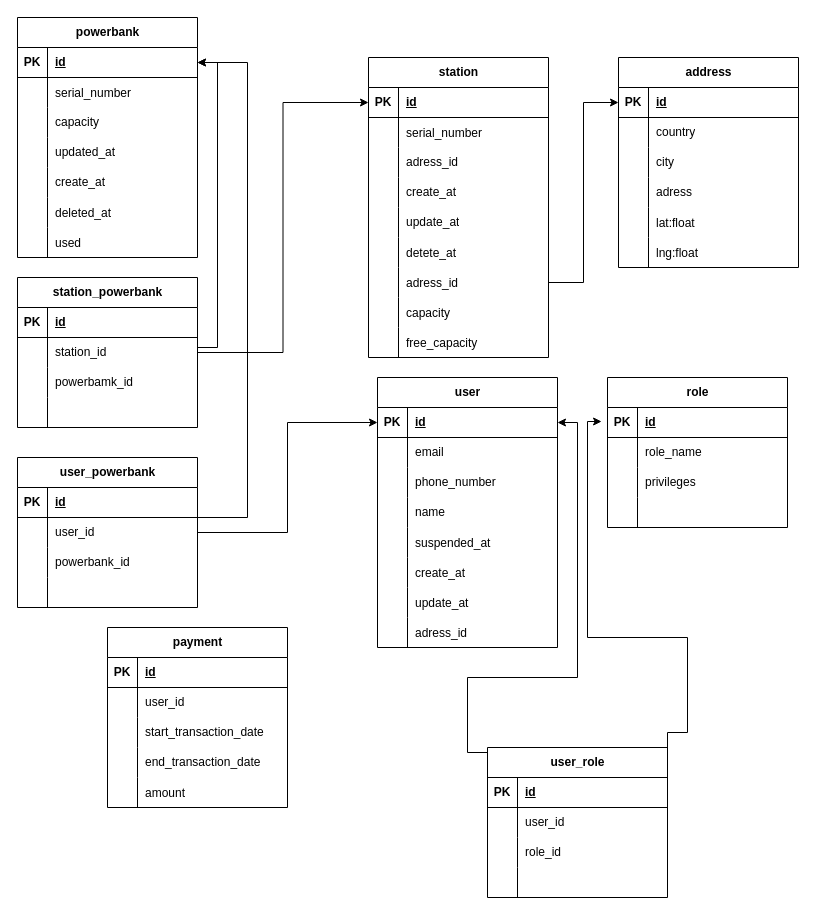
This is docs/db/db.drawio from Miroshinsv/wcharge_back, a draw.io file, before an edit. Source tidied: cells renumbered, new cells numbered last; positions are measured from the earlier drawing's top-left corner, leaving out a move shared by most shapes. Both pictures are drawn from the tidied source at 100%, with x=0, y=0 at pixel (17, 17).
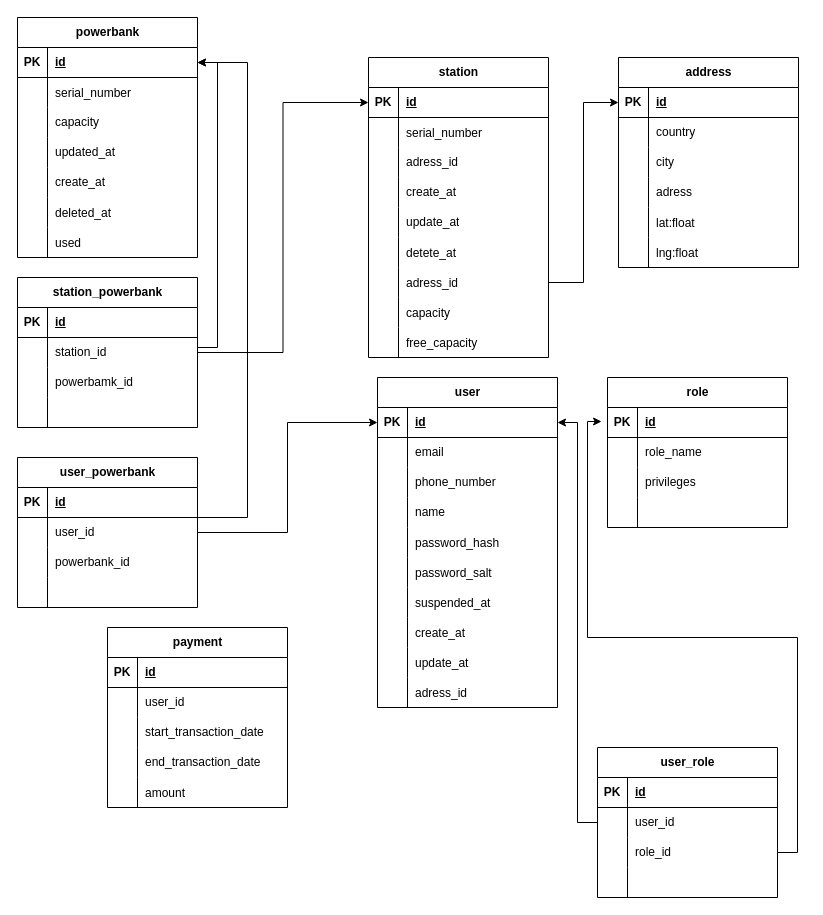
After the change.

Commit message:
add user password

Unchanged cells that the change refers to:
```xml
<mxCell id="50" style="shape=tableRow;horizontal=0;startSize=0;swimlaneHead=0;swimlaneBody=0;fillColor=none;points=[[0,0.5],[1,0.5]];portConstraint=eastwest;top=0;left=0;right=0;bottom=1;" parent="49" vertex="1">
  <mxGeometry y="30" width="180" height="30" as="geometry" />
</mxCell>
<mxCell id="63" style="shape=tableRow;horizontal=0;startSize=0;swimlaneHead=0;swimlaneBody=0;fillColor=none;points=[[0,0.5],[1,0.5]];portConstraint=eastwest;top=0;left=0;right=0;bottom=1;" parent="62" vertex="1">
  <mxGeometry y="30" width="180" height="30" as="geometry" />
</mxCell>
<mxCell id="145" style="shape=tableRow;horizontal=0;startSize=0;swimlaneHead=0;swimlaneBody=0;fillColor=none;points=[[0,0.5],[1,0.5]];portConstraint=eastwest;top=0;left=0;right=0;bottom=0;" parent="141" vertex="1">
  <mxGeometry y="60" width="180" height="30" as="geometry" />
</mxCell>
<mxCell id="148" style="shape=tableRow;horizontal=0;startSize=0;swimlaneHead=0;swimlaneBody=0;fillColor=none;points=[[0,0.5],[1,0.5]];portConstraint=eastwest;top=0;left=0;right=0;bottom=0;" parent="141" vertex="1">
  <mxGeometry y="90" width="180" height="30" as="geometry" />
</mxCell>
```

Diff of the diagram source:
```diff
@@
     <mxCell id="62" value="user" style="shape=table;startSize=30;childLayout=tableLayout;rowLines=0;fontStyle=1;align=center;html=1;" parent="1" vertex="1">
-      <mxGeometry x="360" y="360" width="180" height="270" as="geometry" />
+      <mxGeometry x="360" y="360" width="180" height="330" as="geometry" />
     </mxCell>
@@
+    <mxCell id="171" style="shape=tableRow;horizontal=0;startSize=0;swimlaneHead=0;swimlaneBody=0;fillColor=none;top=0;left=0;right=0;bottom=0;" parent="62" vertex="1">
+      <mxGeometry y="150" width="180" height="30" as="geometry" />
+    </mxCell>
+    <mxCell id="172" style="shape=partialRectangle;fillColor=none;top=0;left=0;bottom=0;right=0;overflow=hidden;" parent="171" vertex="1">
+      <mxGeometry width="30" height="30" as="geometry" />
+    </mxCell>
+    <mxCell id="173" value="password_hash" style="shape=partialRectangle;fillColor=none;top=0;left=0;bottom=0;right=0;align=left;spacingLeft=6;overflow=hidden;" parent="171" vertex="1">
+      <mxGeometry x="30" width="150" height="30" as="geometry" />
+    </mxCell>
+    <mxCell id="174" style="shape=tableRow;horizontal=0;startSize=0;swimlaneHead=0;swimlaneBody=0;fillColor=none;top=0;left=0;right=0;bottom=0;" parent="62" vertex="1">
+      <mxGeometry y="180" width="180" height="30" as="geometry" />
+    </mxCell>
+    <mxCell id="175" style="shape=partialRectangle;fillColor=none;top=0;left=0;bottom=0;right=0;overflow=hidden;" parent="174" vertex="1">
+      <mxGeometry width="30" height="30" as="geometry" />
+    </mxCell>
+    <mxCell id="176" value="password_salt" style="shape=partialRectangle;fillColor=none;top=0;left=0;bottom=0;right=0;align=left;spacingLeft=6;overflow=hidden;" parent="174" vertex="1">
+      <mxGeometry x="30" width="150" height="30" as="geometry" />
+    </mxCell>
     <mxCell id="75" style="shape=tableRow;horizontal=0;startSize=0;swimlaneHead=0;swimlaneBody=0;fillColor=none;top=0;left=0;right=0;bottom=0;" parent="62" vertex="1">
-      <mxGeometry y="150" width="180" height="30" as="geometry" />
+      <mxGeometry y="210" width="180" height="30" as="geometry" />
     </mxCell>
@@
     <mxCell id="78" style="shape=tableRow;horizontal=0;startSize=0;swimlaneHead=0;swimlaneBody=0;fillColor=none;top=0;left=0;right=0;bottom=0;" parent="62" vertex="1">
-      <mxGeometry y="180" width="180" height="30" as="geometry" />
+      <mxGeometry y="240" width="180" height="30" as="geometry" />
     </mxCell>
@@
     <mxCell id="81" style="shape=tableRow;horizontal=0;startSize=0;swimlaneHead=0;swimlaneBody=0;fillColor=none;top=0;left=0;right=0;bottom=0;" parent="62" vertex="1">
-      <mxGeometry y="210" width="180" height="30" as="geometry" />
+      <mxGeometry y="270" width="180" height="30" as="geometry" />
     </mxCell>
@@
     <mxCell id="84" style="shape=tableRow;horizontal=0;startSize=0;swimlaneHead=0;swimlaneBody=0;fillColor=none;top=0;left=0;right=0;bottom=0;" parent="62" vertex="1">
-      <mxGeometry y="240" width="180" height="30" as="geometry" />
+      <mxGeometry y="300" width="180" height="30" as="geometry" />
     </mxCell>
@@
     <mxCell id="141" value="user_role" style="shape=table;startSize=30;childLayout=tableLayout;rowLines=0;fontStyle=1;align=center;html=1;" parent="1" vertex="1">
-      <mxGeometry x="470" y="730" width="180" height="150" as="geometry" />
+      <mxGeometry x="580" y="730" width="180" height="150" as="geometry" />
     </mxCell>
@@
     <mxCell id="154" style="edgeStyle=orthogonalEdgeStyle;rounded=0;jettySize=auto;html=1;exitX=0;exitY=0.5;exitDx=0;exitDy=0;entryX=1;entryY=0.5;entryDx=0;entryDy=0;" parent="1" edge="1" source="145" target="63">
       <mxGeometry relative="1" as="geometry">
         <Array as="points">
-          <mxPoint x="470" y="735" />
-          <mxPoint x="450" y="735" />
-          <mxPoint x="450" y="660" />
-          <mxPoint x="560" y="660" />
+          <mxPoint x="560" y="805" />
           <mxPoint x="560" y="405" />
         </Array>
       </mxGeometry>
     </mxCell>
     <mxCell id="155" style="edgeStyle=orthogonalEdgeStyle;rounded=0;jettySize=auto;html=1;entryX=-0.033;entryY=0.467;entryDx=0;entryDy=0;entryPerimeter=0;exitX=1;exitY=0.5;exitDx=0;exitDy=0;" parent="1" edge="1" source="148" target="50">
       <mxGeometry relative="1" as="geometry">
         <Array as="points">
-          <mxPoint x="650" y="715" />
-          <mxPoint x="670" y="715" />
-          <mxPoint x="670" y="620" />
+          <mxPoint x="780" y="835" />
+          <mxPoint x="780" y="620" />
           <mxPoint x="570" y="620" />
           <mxPoint x="570" y="404" />
         </Array>
       </mxGeometry>
     </mxCell>
```
